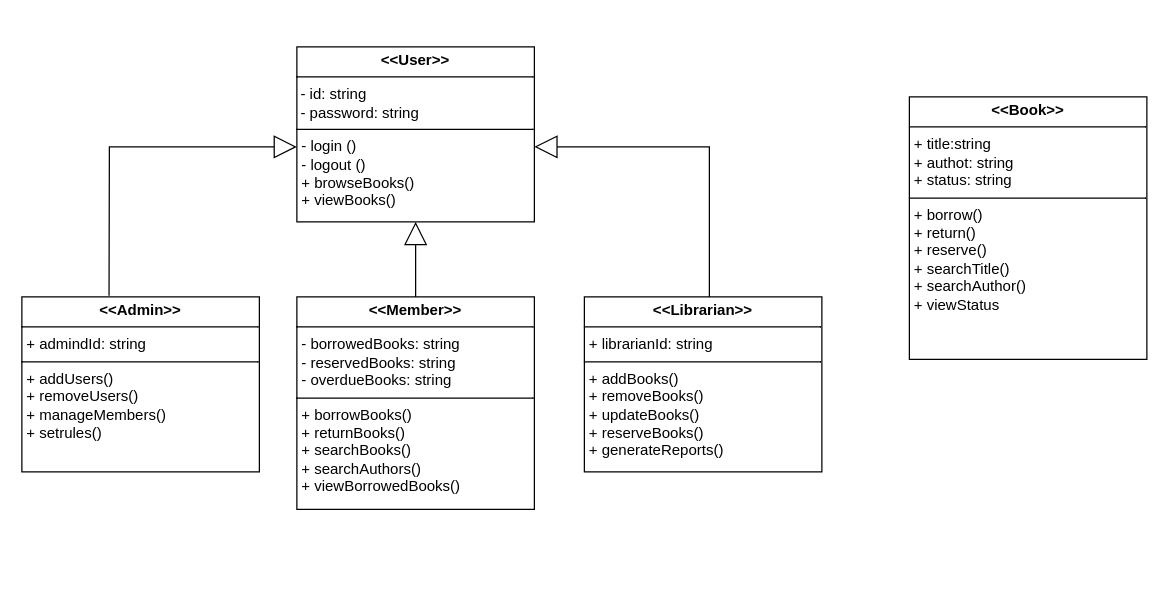
This is Untitled Diagram.drawio from anshumkumar/OOP-COM5012-Assignment, a draw.io file, before an edit. Source tidied: cells renumbered, new cells numbered last; positions are measured from the earlier drawing's top-left corner, leaving out a move shared by most shapes. Both pictures are drawn from the tidied source at 125%, with x=0, y=0 at pixel (21, 46).
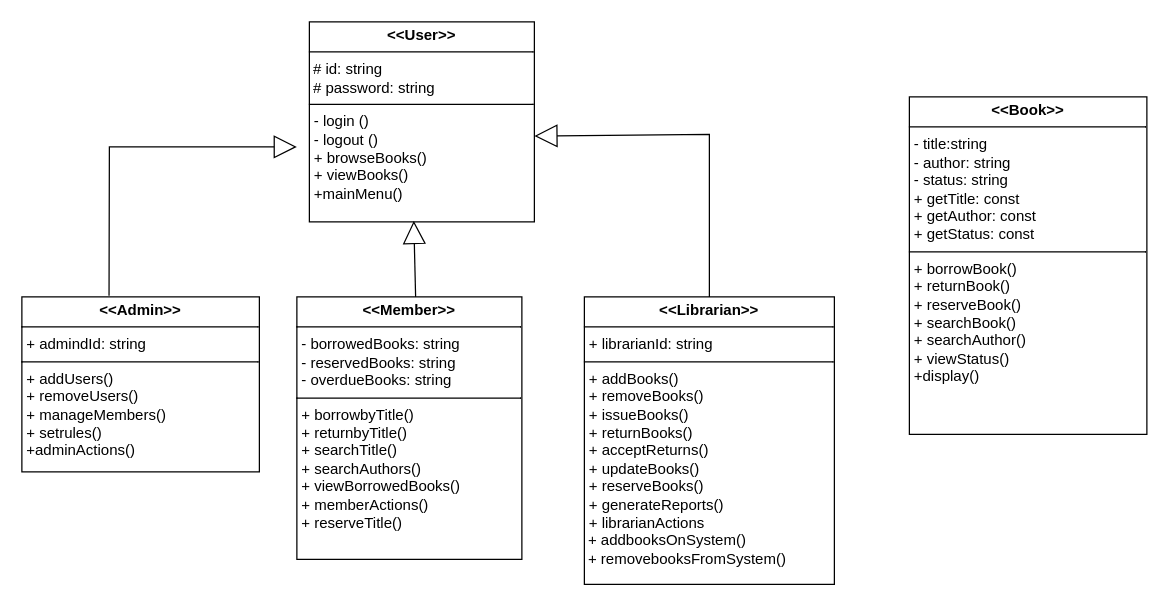
After the change.

Commit message:
class diagram updated

What changed in the source:
```diff
@@
 <mxGraphModel>
   <root>
     <mxCell id="0" />
     <mxCell id="1" parent="0" />
-    <mxCell id="2" value="&lt;p style=&quot;margin:0px;margin-top:4px;text-align:center;&quot;&gt;&lt;b&gt;&amp;lt;&amp;lt;User&amp;gt;&amp;gt;&lt;/b&gt;&lt;/p&gt;&lt;hr size=&quot;1&quot; style=&quot;border-style:solid;&quot;&gt;&lt;div&gt;&amp;nbsp;- id: string&lt;/div&gt;&lt;div&gt;&amp;nbsp;- password: string&lt;/div&gt;&lt;hr size=&quot;1&quot; style=&quot;border-style:solid;&quot;&gt;&lt;p style=&quot;margin:0px;margin-left:4px;&quot;&gt;- login ()&lt;/p&gt;&lt;p style=&quot;margin:0px;margin-left:4px;&quot;&gt;- logout ()&lt;/p&gt;&lt;p style=&quot;margin:0px;margin-left:4px;&quot;&gt;+ browseBooks()&lt;/p&gt;&lt;p style=&quot;margin:0px;margin-left:4px;&quot;&gt;+ viewBooks()&lt;/p&gt;&lt;p style=&quot;margin:0px;margin-left:4px;&quot;&gt;&lt;br&gt;&lt;/p&gt;" style="verticalAlign=top;align=left;overflow=fill;html=1;whiteSpace=wrap;" parent="1" vertex="1">
-      <mxGeometry x="220" width="190" height="140" as="geometry" />
+    <mxCell id="2" value="&lt;p style=&quot;margin:0px;margin-top:4px;text-align:center;&quot;&gt;&lt;b&gt;&amp;lt;&amp;lt;User&amp;gt;&amp;gt;&lt;/b&gt;&lt;/p&gt;&lt;hr size=&quot;1&quot; style=&quot;border-style:solid;&quot;&gt;&lt;div&gt;&amp;nbsp;# id: string&lt;/div&gt;&lt;div&gt;&amp;nbsp;# password: string&lt;/div&gt;&lt;hr size=&quot;1&quot; style=&quot;border-style:solid;&quot;&gt;&lt;p style=&quot;margin:0px;margin-left:4px;&quot;&gt;- login ()&lt;/p&gt;&lt;p style=&quot;margin:0px;margin-left:4px;&quot;&gt;- logout ()&lt;/p&gt;&lt;p style=&quot;margin:0px;margin-left:4px;&quot;&gt;+ browseBooks()&lt;/p&gt;&lt;p style=&quot;margin:0px;margin-left:4px;&quot;&gt;+ viewBooks()&lt;/p&gt;&lt;p style=&quot;margin:0px;margin-left:4px;&quot;&gt;+mainMenu()&lt;/p&gt;&lt;p style=&quot;margin:0px;margin-left:4px;&quot;&gt;&lt;br&gt;&lt;/p&gt;" style="verticalAlign=top;align=left;overflow=fill;html=1;whiteSpace=wrap;" parent="1" vertex="1">
+      <mxGeometry x="230" y="-20" width="180" height="160" as="geometry" />
     </mxCell>
-    <mxCell id="3" value="&lt;p style=&quot;margin:0px;margin-top:4px;text-align:center;&quot;&gt;&lt;b&gt;&amp;lt;&amp;lt;Admin&amp;gt;&amp;gt;&lt;/b&gt;&lt;/p&gt;&lt;hr size=&quot;1&quot; style=&quot;border-style:solid;&quot;&gt;&lt;p style=&quot;margin:0px;margin-left:4px;&quot;&gt;+ admindId: string&lt;/p&gt;&lt;hr size=&quot;1&quot; style=&quot;border-style:solid;&quot;&gt;&lt;p style=&quot;margin:0px;margin-left:4px;&quot;&gt;+ addUsers()&lt;/p&gt;&lt;p style=&quot;margin:0px;margin-left:4px;&quot;&gt;+ removeUsers()&lt;/p&gt;&lt;p style=&quot;margin:0px;margin-left:4px;&quot;&gt;+ manageMembers()&lt;/p&gt;&lt;p style=&quot;margin:0px;margin-left:4px;&quot;&gt;+ setrules()&lt;/p&gt;" style="verticalAlign=top;align=left;overflow=fill;html=1;whiteSpace=wrap;" parent="1" vertex="1">
+    <mxCell id="3" value="&lt;p style=&quot;margin:0px;margin-top:4px;text-align:center;&quot;&gt;&lt;b&gt;&amp;lt;&amp;lt;Admin&amp;gt;&amp;gt;&lt;/b&gt;&lt;/p&gt;&lt;hr size=&quot;1&quot; style=&quot;border-style:solid;&quot;&gt;&lt;p style=&quot;margin:0px;margin-left:4px;&quot;&gt;+ admindId: string&lt;/p&gt;&lt;hr size=&quot;1&quot; style=&quot;border-style:solid;&quot;&gt;&lt;p style=&quot;margin:0px;margin-left:4px;&quot;&gt;+ addUsers()&lt;/p&gt;&lt;p style=&quot;margin:0px;margin-left:4px;&quot;&gt;+ removeUsers()&lt;/p&gt;&lt;p style=&quot;margin:0px;margin-left:4px;&quot;&gt;+ manageMembers()&lt;/p&gt;&lt;p style=&quot;margin:0px;margin-left:4px;&quot;&gt;+ setrules()&lt;/p&gt;&lt;p style=&quot;margin:0px;margin-left:4px;&quot;&gt;+adminActions()&lt;/p&gt;" style="verticalAlign=top;align=left;overflow=fill;html=1;whiteSpace=wrap;" parent="1" vertex="1">
       <mxGeometry y="200" width="190" height="140" as="geometry" />
     </mxCell>
-    <mxCell id="4" value="&lt;p style=&quot;margin:0px;margin-top:4px;text-align:center;&quot;&gt;&lt;b&gt;&amp;lt;&amp;lt;Member&amp;gt;&amp;gt;&lt;/b&gt;&lt;/p&gt;&lt;hr size=&quot;1&quot; style=&quot;border-style:solid;&quot;&gt;&lt;p style=&quot;margin:0px;margin-left:4px;&quot;&gt;- borrowedBooks: string&lt;br&gt;- reservedBooks: string&lt;/p&gt;&lt;p style=&quot;margin:0px;margin-left:4px;&quot;&gt;- overdueBooks: string&lt;/p&gt;&lt;hr size=&quot;1&quot; style=&quot;border-style:solid;&quot;&gt;&lt;p style=&quot;margin:0px;margin-left:4px;&quot;&gt;+ borrowBooks()&lt;/p&gt;&lt;p style=&quot;margin:0px;margin-left:4px;&quot;&gt;+ returnBooks()&lt;/p&gt;&lt;p style=&quot;margin:0px;margin-left:4px;&quot;&gt;+ searchBooks()&lt;/p&gt;&lt;p style=&quot;margin:0px;margin-left:4px;&quot;&gt;+ searchAuthors()&lt;/p&gt;&lt;p style=&quot;margin:0px;margin-left:4px;&quot;&gt;+ viewBorrowedBooks()&lt;/p&gt;" style="verticalAlign=top;align=left;overflow=fill;html=1;whiteSpace=wrap;" parent="1" vertex="1">
-      <mxGeometry x="220" y="200" width="190" height="170" as="geometry" />
+    <mxCell id="4" value="&lt;p style=&quot;margin:0px;margin-top:4px;text-align:center;&quot;&gt;&lt;b&gt;&amp;lt;&amp;lt;Member&amp;gt;&amp;gt;&lt;/b&gt;&lt;/p&gt;&lt;hr size=&quot;1&quot; style=&quot;border-style:solid;&quot;&gt;&lt;p style=&quot;margin:0px;margin-left:4px;&quot;&gt;- borrowedBooks: string&lt;br&gt;- reservedBooks: string&lt;/p&gt;&lt;p style=&quot;margin:0px;margin-left:4px;&quot;&gt;- overdueBooks: string&lt;/p&gt;&lt;hr size=&quot;1&quot; style=&quot;border-style:solid;&quot;&gt;&lt;p style=&quot;margin:0px;margin-left:4px;&quot;&gt;+ borrowbyTitle()&lt;/p&gt;&lt;p style=&quot;margin:0px;margin-left:4px;&quot;&gt;+ returnbyTitle()&lt;/p&gt;&lt;p style=&quot;margin:0px;margin-left:4px;&quot;&gt;+ searchTitle()&lt;/p&gt;&lt;p style=&quot;margin:0px;margin-left:4px;&quot;&gt;+ searchAuthors()&lt;/p&gt;&lt;p style=&quot;margin:0px;margin-left:4px;&quot;&gt;+ viewBorrowedBooks()&lt;/p&gt;&lt;p style=&quot;margin:0px;margin-left:4px;&quot;&gt;+ memberActions()&lt;/p&gt;&lt;p style=&quot;margin:0px;margin-left:4px;&quot;&gt;+ reserveTitle()&lt;/p&gt;" style="verticalAlign=top;align=left;overflow=fill;html=1;whiteSpace=wrap;" parent="1" vertex="1">
+      <mxGeometry x="220" y="200" width="180" height="210" as="geometry" />
     </mxCell>
-    <mxCell id="5" value="&lt;p style=&quot;margin:0px;margin-top:4px;text-align:center;&quot;&gt;&lt;b&gt;&amp;lt;&amp;lt;Librarian&amp;gt;&amp;gt;&lt;/b&gt;&lt;/p&gt;&lt;hr size=&quot;1&quot; style=&quot;border-style:solid;&quot;&gt;&lt;p style=&quot;margin:0px;margin-left:4px;&quot;&gt;+ librarianId: string&lt;/p&gt;&lt;hr size=&quot;1&quot; style=&quot;border-style:solid;&quot;&gt;&lt;p style=&quot;margin:0px;margin-left:4px;&quot;&gt;+ addBooks()&lt;/p&gt;&lt;p style=&quot;margin:0px;margin-left:4px;&quot;&gt;+ removeBooks()&lt;/p&gt;&lt;p style=&quot;margin:0px;margin-left:4px;&quot;&gt;+ updateBooks()&lt;/p&gt;&lt;p style=&quot;margin:0px;margin-left:4px;&quot;&gt;+ reserveBooks()&lt;/p&gt;&lt;p style=&quot;margin:0px;margin-left:4px;&quot;&gt;+ generateReports()&lt;/p&gt;" style="verticalAlign=top;align=left;overflow=fill;html=1;whiteSpace=wrap;" parent="1" vertex="1">
-      <mxGeometry x="450" y="200" width="190" height="140" as="geometry" />
+    <mxCell id="5" value="&lt;p style=&quot;margin:0px;margin-top:4px;text-align:center;&quot;&gt;&lt;b&gt;&amp;lt;&amp;lt;Librarian&amp;gt;&amp;gt;&lt;/b&gt;&lt;/p&gt;&lt;hr size=&quot;1&quot; style=&quot;border-style:solid;&quot;&gt;&lt;p style=&quot;margin:0px;margin-left:4px;&quot;&gt;+ librarianId: string&lt;/p&gt;&lt;hr size=&quot;1&quot; style=&quot;border-style:solid;&quot;&gt;&lt;p style=&quot;margin:0px;margin-left:4px;&quot;&gt;+ addBooks()&lt;/p&gt;&lt;p style=&quot;margin:0px;margin-left:4px;&quot;&gt;+ removeBooks()&lt;/p&gt;&lt;p style=&quot;margin:0px;margin-left:4px;&quot;&gt;+ issueBooks()&lt;/p&gt;&lt;p style=&quot;margin:0px;margin-left:4px;&quot;&gt;+ returnBooks()&lt;/p&gt;&lt;p style=&quot;margin:0px;margin-left:4px;&quot;&gt;+ acceptReturns()&lt;/p&gt;&lt;p style=&quot;margin:0px;margin-left:4px;&quot;&gt;+ updateBooks()&lt;/p&gt;&lt;p style=&quot;margin:0px;margin-left:4px;&quot;&gt;+ reserveBooks()&lt;/p&gt;&lt;p style=&quot;margin:0px;margin-left:4px;&quot;&gt;+ generateReports()&lt;/p&gt;&lt;p style=&quot;margin:0px;margin-left:4px;&quot;&gt;+ librarianActions&lt;/p&gt;&lt;div&gt;&amp;nbsp;+ addbooksOnSystem()&lt;/div&gt;&lt;div&gt;&amp;nbsp;+ removebooksFromSystem() &lt;br&gt;&lt;/div&gt;&lt;div&gt;&lt;br&gt;&lt;/div&gt;" style="verticalAlign=top;align=left;overflow=fill;html=1;whiteSpace=wrap;" parent="1" vertex="1">
+      <mxGeometry x="450" y="200" width="200" height="230" as="geometry" />
     </mxCell>
-    <mxCell id="6" style="endArrow=block;endSize=16;endFill=0;html=1;rounded=0;entryX=0.5;entryY=1;entryDx=0;entryDy=0;" parent="1" edge="1" target="2">
+    <mxCell id="6" style="endArrow=block;endSize=16;endFill=0;html=1;rounded=0;entryX=0.464;entryY=0.995;entryDx=0;entryDy=0;entryPerimeter=0;" parent="1" edge="1" target="2">
       <mxGeometry relative="1" as="geometry">
         <mxPoint x="315" y="200" as="sourcePoint" />
       </mxGeometry>
     </mxCell>
     <mxCell id="7" style="endArrow=block;endSize=16;endFill=0;html=1;rounded=0;exitX=0.367;exitY=-0.006;exitDx=0;exitDy=0;exitPerimeter=0;" parent="1" edge="1" source="3">
       <mxGeometry relative="1" as="geometry">
         <mxPoint x="220" y="80" as="targetPoint" />
         <Array as="points">
           <mxPoint x="70" y="80" />
         </Array>
       </mxGeometry>
     </mxCell>
     <mxCell id="8" style="endArrow=block;endSize=16;endFill=0;html=1;rounded=0;entryX=1;entryY=0.571;entryDx=0;entryDy=0;entryPerimeter=0;" parent="1" edge="1" target="2">
       <mxGeometry relative="1" as="geometry">
         <mxPoint x="550" y="200" as="sourcePoint" />
         <Array as="points">
-          <mxPoint x="550" y="80" />
+          <mxPoint x="550" y="70" />
         </Array>
       </mxGeometry>
     </mxCell>
-    <mxCell id="9" value="&lt;p style=&quot;margin:0px;margin-top:4px;text-align:center;&quot;&gt;&lt;b&gt;&amp;lt;&amp;lt;Book&amp;gt;&amp;gt;&lt;/b&gt;&lt;/p&gt;&lt;hr size=&quot;1&quot; style=&quot;border-style:solid;&quot;&gt;&lt;p style=&quot;margin:0px;margin-left:4px;&quot;&gt;+ title:string&lt;/p&gt;&lt;p style=&quot;margin:0px;margin-left:4px;&quot;&gt;+ authot: string&lt;/p&gt;&lt;p style=&quot;margin:0px;margin-left:4px;&quot;&gt;+ status: string&lt;/p&gt;&lt;hr size=&quot;1&quot; style=&quot;border-style:solid;&quot;&gt;&lt;p style=&quot;margin:0px;margin-left:4px;&quot;&gt;+ borrow()&lt;/p&gt;&lt;p style=&quot;margin:0px;margin-left:4px;&quot;&gt;+ return()&lt;/p&gt;&lt;p style=&quot;margin:0px;margin-left:4px;&quot;&gt;+ reserve()&lt;/p&gt;&lt;p style=&quot;margin:0px;margin-left:4px;&quot;&gt;+ searchTitle()&lt;/p&gt;&lt;p style=&quot;margin:0px;margin-left:4px;&quot;&gt;+ searchAuthor()&lt;/p&gt;&lt;p style=&quot;margin:0px;margin-left:4px;&quot;&gt;+ viewStatus&lt;/p&gt;" style="verticalAlign=top;align=left;overflow=fill;html=1;whiteSpace=wrap;" parent="1" vertex="1">
-      <mxGeometry x="710" y="40" width="190" height="210" as="geometry" />
+    <mxCell id="9" value="&lt;p style=&quot;margin:0px;margin-top:4px;text-align:center;&quot;&gt;&lt;b&gt;&amp;lt;&amp;lt;Book&amp;gt;&amp;gt;&lt;/b&gt;&lt;/p&gt;&lt;hr size=&quot;1&quot; style=&quot;border-style:solid;&quot;&gt;&lt;p style=&quot;margin:0px;margin-left:4px;&quot;&gt;- title:string&lt;/p&gt;&lt;p style=&quot;margin:0px;margin-left:4px;&quot;&gt;- author: string&lt;/p&gt;&lt;p style=&quot;margin:0px;margin-left:4px;&quot;&gt;- status: string&lt;/p&gt;&lt;p style=&quot;margin:0px;margin-left:4px;&quot;&gt;+ getTitle: const&lt;/p&gt;&lt;p style=&quot;margin:0px;margin-left:4px;&quot;&gt;+ getAuthor: const&lt;/p&gt;&lt;p style=&quot;margin:0px;margin-left:4px;&quot;&gt;+ getStatus: const&lt;/p&gt;&lt;hr size=&quot;1&quot; style=&quot;border-style:solid;&quot;&gt;&lt;p style=&quot;margin:0px;margin-left:4px;&quot;&gt;+ borrowBook()&lt;/p&gt;&lt;p style=&quot;margin:0px;margin-left:4px;&quot;&gt;+ returnBook()&lt;/p&gt;&lt;p style=&quot;margin:0px;margin-left:4px;&quot;&gt;+ reserveBook()&lt;/p&gt;&lt;p style=&quot;margin:0px;margin-left:4px;&quot;&gt;+ searchBook()&lt;/p&gt;&lt;p style=&quot;margin:0px;margin-left:4px;&quot;&gt;+ searchAuthor()&lt;/p&gt;&lt;p style=&quot;margin:0px;margin-left:4px;&quot;&gt;+ viewStatus()&lt;/p&gt;&lt;p style=&quot;margin:0px;margin-left:4px;&quot;&gt;+display()&lt;/p&gt;" style="verticalAlign=top;align=left;overflow=fill;html=1;whiteSpace=wrap;" parent="1" vertex="1">
+      <mxGeometry x="710" y="40" width="190" height="270" as="geometry" />
     </mxCell>
   </root>
 </mxGraphModel>
```
